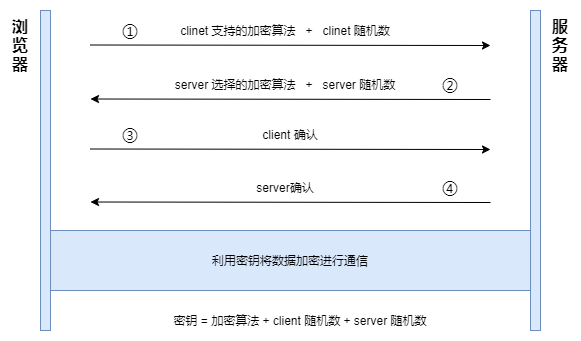
Above: 前端基础巩固/一文读懂HTTPS/img/symmetric-encryption.png in HeJueting/Blog (draw.io), before the change. Source tidied: cells renumbered, new cells last; positions are measured from the earlier drawing's top-left corner, leaving out a move shared by most shapes.
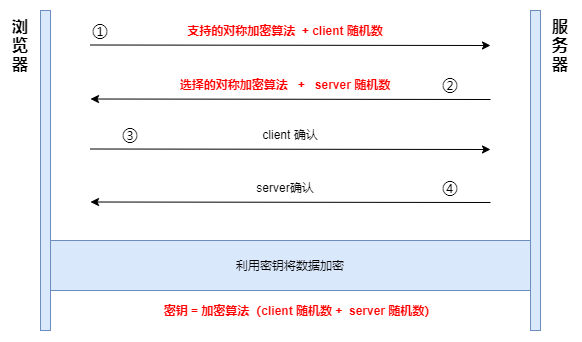
After the change.

What changed in the source:
```diff
@@ -24,10 +24,10 @@
       </mxGeometry>
     </mxCell>
     <mxCell id="8" value="&lt;font style=&quot;font-size: 16px&quot;&gt;①&lt;/font&gt;" style="text;html=1;strokeColor=none;fillColor=none;align=center;verticalAlign=middle;whiteSpace=wrap;rounded=0;" parent="1" vertex="1">
-      <mxGeometry x="110" y="20" width="40" height="20" as="geometry" />
+      <mxGeometry x="80" y="20" width="40" height="20" as="geometry" />
     </mxCell>
-    <mxCell id="9" value="clinet 支持的加密算法&amp;nbsp; &amp;nbsp;+&amp;nbsp; &amp;nbsp;clinet 随机数" style="text;html=1;strokeColor=none;fillColor=none;align=center;verticalAlign=middle;whiteSpace=wrap;rounded=0;" parent="1" vertex="1">
-      <mxGeometry x="160" y="20" width="250" height="20" as="geometry" />
+    <mxCell id="9" value="&lt;font color=&quot;#ff0000&quot;&gt;&lt;b&gt;支持的对称加密算法&amp;nbsp; + client 随机数&lt;/b&gt;&lt;/font&gt;" style="text;html=1;strokeColor=none;fillColor=none;align=center;verticalAlign=middle;whiteSpace=wrap;rounded=0;" parent="1" vertex="1">
+      <mxGeometry x="150" y="20" width="270" height="20" as="geometry" />
     </mxCell>
     <mxCell id="10" style="endArrow=none;html=1;endFill=0;startArrow=classic;startFill=1;" parent="1" edge="1">
       <mxGeometry relative="1" as="geometry">
@@ -38,7 +38,7 @@
     <mxCell id="11" value="&lt;span style=&quot;font-size: 16px&quot;&gt;②&lt;/span&gt;" style="text;html=1;strokeColor=none;fillColor=none;align=center;verticalAlign=middle;whiteSpace=wrap;rounded=0;" parent="1" vertex="1">
       <mxGeometry x="430" y="74" width="40" height="20" as="geometry" />
     </mxCell>
-    <mxCell id="12" value="server 选择的加密算法&amp;nbsp; &amp;nbsp;+&amp;nbsp; &amp;nbsp;server 随机数" style="text;html=1;strokeColor=none;fillColor=none;align=center;verticalAlign=middle;whiteSpace=wrap;rounded=0;" parent="1" vertex="1">
+    <mxCell id="12" value="&lt;b&gt;&lt;font color=&quot;#ff0000&quot;&gt;选择的对称加密算法&amp;nbsp; &amp;nbsp;+&amp;nbsp; &amp;nbsp;server 随机数&lt;/font&gt;&lt;/b&gt;" style="text;html=1;strokeColor=none;fillColor=none;align=center;verticalAlign=middle;whiteSpace=wrap;rounded=0;" parent="1" vertex="1">
       <mxGeometry x="160" y="74" width="250" height="20" as="geometry" />
     </mxCell>
     <mxCell id="13" style="endArrow=classic;html=1;" parent="1" edge="1">
@@ -65,11 +65,11 @@
     <mxCell id="18" value="server确认" style="text;html=1;strokeColor=none;fillColor=none;align=center;verticalAlign=middle;whiteSpace=wrap;rounded=0;" parent="1" vertex="1">
       <mxGeometry x="160" y="177" width="250" height="20" as="geometry" />
     </mxCell>
-    <mxCell id="19" value="利用密钥将数据加密进行通信" style="rounded=0;whiteSpace=wrap;html=1;fillColor=#dae8fc;strokeColor=#6c8ebf;" parent="1" vertex="1">
-      <mxGeometry x="50" y="230" width="480" height="60" as="geometry" />
-    </mxCell>
-    <mxCell id="20" value="密钥 = 加密算法 + client 随机数 + server 随机数" style="text;html=1;strokeColor=none;fillColor=none;align=center;verticalAlign=middle;whiteSpace=wrap;rounded=0;" parent="1" vertex="1">
-      <mxGeometry x="150" y="310" width="300" height="20" as="geometry" />
-    </mxCell>
+    <mxCell id="21" value="利用密钥将数据加密" style="rounded=0;whiteSpace=wrap;html=1;fillColor=#dae8fc;strokeColor=#6c8ebf;" parent="1" vertex="1">
+      <mxGeometry x="50" y="240" width="480" height="50" as="geometry" />
+    </mxCell>
+    <mxCell id="22" value="&lt;b&gt;&lt;font color=&quot;#ff0000&quot;&gt;密钥 = 加密算法（client 随机数 +&amp;nbsp; server 随机数）&lt;/font&gt;&lt;/b&gt;" style="text;html=1;strokeColor=none;fillColor=none;align=center;verticalAlign=middle;whiteSpace=wrap;rounded=0;" parent="1" vertex="1">
+      <mxGeometry x="100" y="300" width="400" height="20" as="geometry" />
+    </mxCell>
   </root>
 </mxGraphModel>
```
